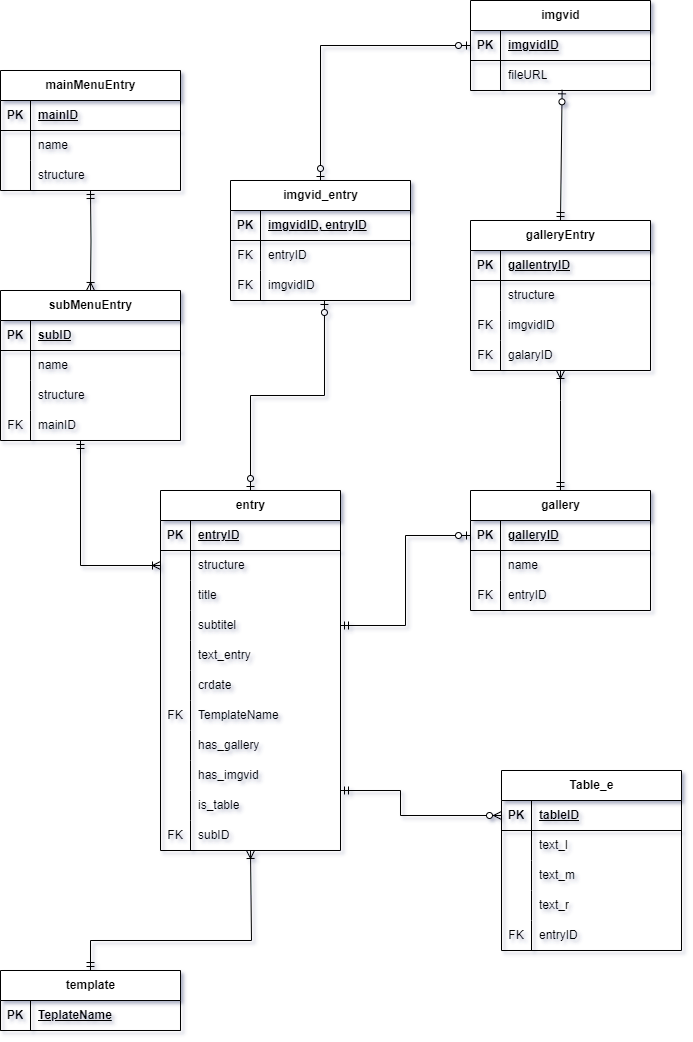
The draw.io diagram src/db/schema.png in Werzu25/MusikbezirkSilz, before a commit. Source tidied: cells renumbered, new cells last; positions are measured from the earlier drawing's top-left corner, leaving out a move shared by most shapes.
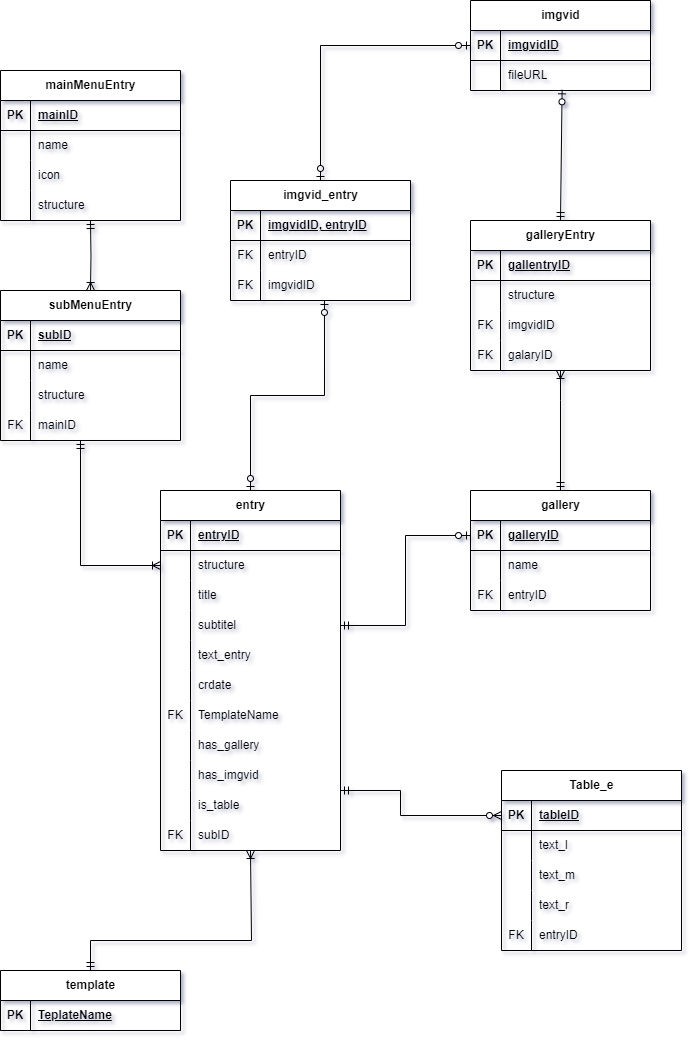
Later version of the same file.

Change to the diagram source:
```diff
@@ -140,7 +140,7 @@
       <mxGeometry relative="1" as="geometry" />
     </mxCell>
     <mxCell id="46" value="mainMenuEntry" style="shape=table;startSize=30;rowLines=0;fontStyle=1;align=center;html=1;" parent="1" vertex="1">
-      <mxGeometry y="70" width="180" height="120" as="geometry" />
+      <mxGeometry y="70" width="180" height="150" as="geometry" />
     </mxCell>
     <mxCell id="47" style="shape=tableRow;horizontal=0;startSize=0;swimlaneHead=0;swimlaneBody=0;fillColor=none;top=0;left=0;right=0;bottom=1;" parent="46" vertex="1">
       <mxGeometry y="30" width="180" height="30" as="geometry" />
@@ -166,7 +166,7 @@
     <mxCell id="54" style="shape=partialRectangle;fillColor=none;top=0;left=0;bottom=0;right=0;overflow=hidden;whiteSpace=wrap;html=1;" parent="53" vertex="1">
       <mxGeometry width="30" height="30" as="geometry" />
     </mxCell>
-    <mxCell id="55" value="structure" style="shape=partialRectangle;fillColor=none;top=0;left=0;bottom=0;right=0;align=left;spacingLeft=6;overflow=hidden;whiteSpace=wrap;html=1;" parent="53" vertex="1">
+    <mxCell id="55" value="icon" style="shape=partialRectangle;fillColor=none;top=0;left=0;bottom=0;right=0;align=left;spacingLeft=6;overflow=hidden;whiteSpace=wrap;html=1;" parent="53" vertex="1">
       <mxGeometry x="30" width="150" height="30" as="geometry" />
     </mxCell>
     <mxCell id="56" value="subMenuEntry" style="shape=table;startSize=30;rowLines=0;fontStyle=1;align=center;html=1;" parent="1" vertex="1">
@@ -238,7 +238,7 @@
     </mxCell>
     <mxCell id="75" style="edgeStyle=orthogonalEdgeStyle;fontSize=12;html=1;endArrow=ERoneToMany;startArrow=ERmandOne;rounded=0;entryX=0.5;entryY=0;entryDx=0;entryDy=0;" parent="1" edge="1" target="56">
       <mxGeometry relative="1" as="geometry">
-        <mxPoint x="90" y="190" as="sourcePoint" />
+        <mxPoint x="90" y="220" as="sourcePoint" />
       </mxGeometry>
     </mxCell>
     <mxCell id="76" style="shape=tableRow;horizontal=0;startSize=0;swimlaneHead=0;swimlaneBody=0;fillColor=none;top=0;left=0;right=0;bottom=0;" parent="1" vertex="1">
@@ -385,5 +385,8 @@
     <mxCell id="121" value="FK" style="shape=partialRectangle;fillColor=none;top=0;left=0;bottom=0;right=0;overflow=hidden;whiteSpace=wrap;html=1;" parent="1" vertex="1">
       <mxGeometry x="501" y="920" width="30" height="30" as="geometry" />
     </mxCell>
+    <mxCell id="122" value="structure" style="shape=partialRectangle;fillColor=none;top=0;left=1;bottom=0;right=0;align=left;spacingLeft=6;overflow=hidden;whiteSpace=wrap;html=1;" parent="1" vertex="1">
+      <mxGeometry x="30" y="190" width="150" height="30" as="geometry" />
+    </mxCell>
   </root>
 </mxGraphModel>
```
